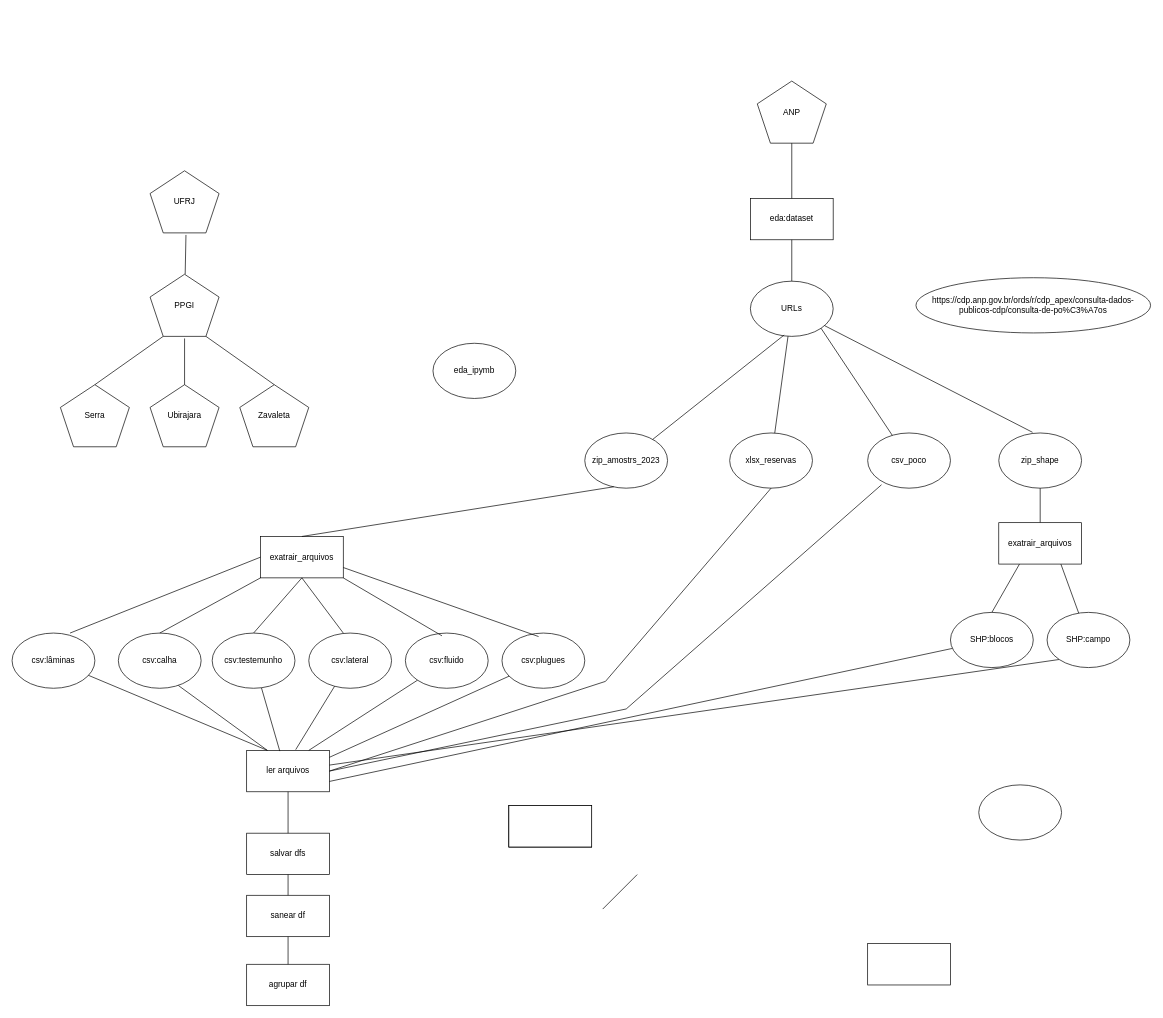
The draw.io diagram eda.drawio in ubirajara-s/eda, before the edit. Source tidied: cells renumbered, new cells numbered last; positions are measured from the earlier drawing's top-left corner, leaving out a move shared by most shapes. Both pictures are drawn from the tidied source at 69%, with x=0, y=0 at pixel (12, 81).
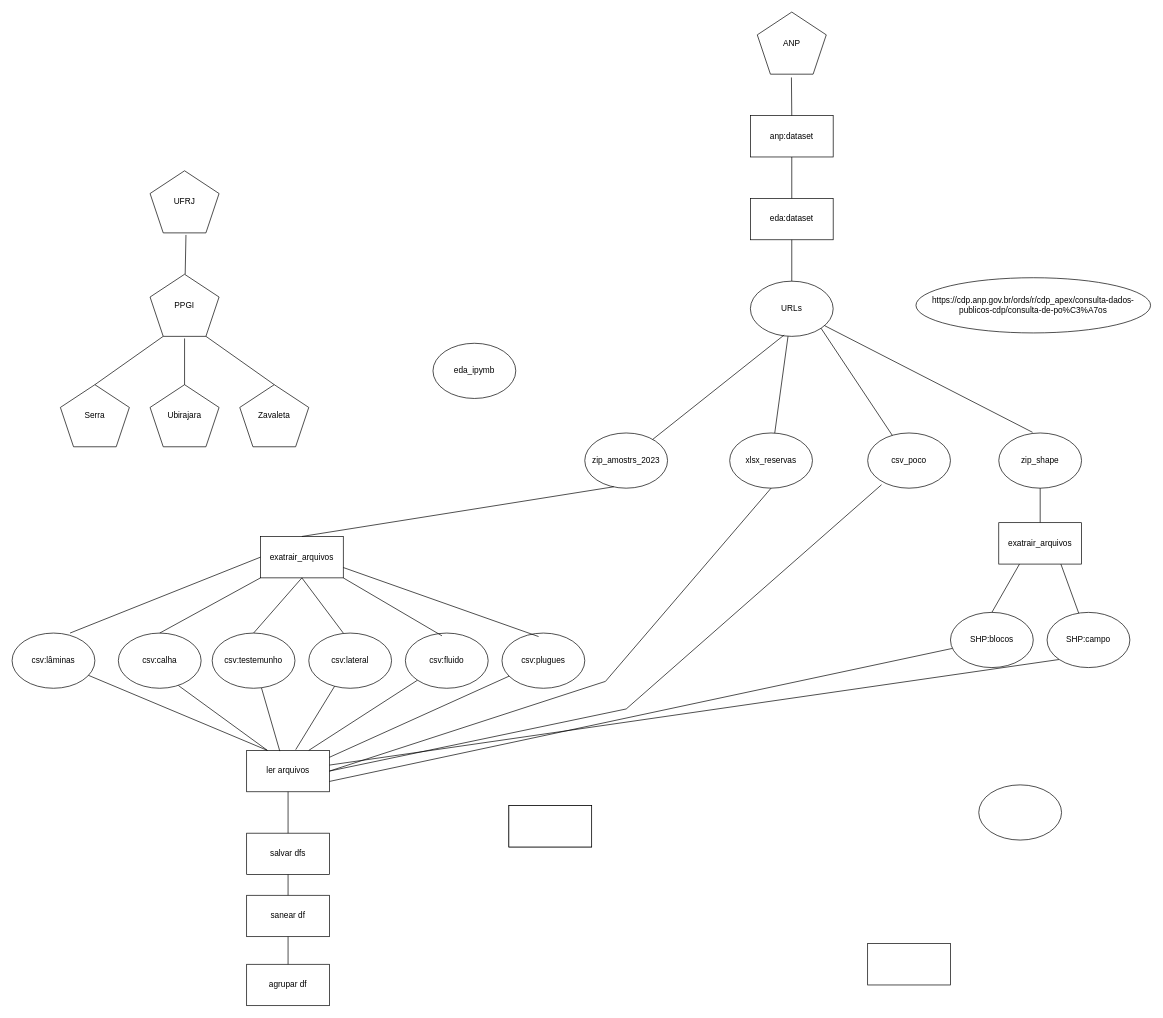
After the change.

Commit message (it also covers changes not shown here):
atualizando arquivos ipyn e draw.io

The change refers to these unchanged cells:
```xml
<mxCell id="2" value="eda:dataset" style="rounded=0;whiteSpace=wrap;html=1;" parent="1" vertex="1">
  <mxGeometry x="1070" y="170" width="120" height="60" as="geometry" />
</mxCell>
```

Change to the diagram source:
```diff
@@
     <mxCell id="14" value="ANP" style="whiteSpace=wrap;html=1;shape=mxgraph.basic.pentagon;" parent="1" vertex="1">
-      <mxGeometry x="1080" width="100" height="90" as="geometry" />
+      <mxGeometry x="1080" y="-100" width="100" height="90" as="geometry" />
     </mxCell>
-    <mxCell id="15" style="endArrow=none;html=1;rounded=0;entryX=0.5;entryY=1;entryDx=0;entryDy=0;entryPerimeter=0;" parent="1" edge="1" source="2" target="14">
+    <mxCell id="15" style="endArrow=none;html=1;rounded=0;" parent="1" edge="1" source="2" target="45">
       <mxGeometry relative="1" as="geometry" />
     </mxCell>
@@
-    <mxCell id="45" style="rounded=0;whiteSpace=wrap;html=1;" parent="1" vertex="1">
-      <mxGeometry x="720" y="1050" width="120" height="60" as="geometry" />
+    <mxCell id="45" value="anp:dataset" style="rounded=0;whiteSpace=wrap;html=1;" parent="1" vertex="1">
+      <mxGeometry x="1070" y="50" width="120" height="60" as="geometry" />
     </mxCell>
@@
-    <mxCell id="48" style="endArrow=none;html=1;rounded=0;" parent="1" edge="1">
-      <mxGeometry relative="1" as="geometry">
-        <mxPoint x="856" y="1200" as="sourcePoint" />
-        <mxPoint x="906" y="1150" as="targetPoint" />
-      </mxGeometry>
+    <mxCell id="48" style="endArrow=none;html=1;rounded=0;entryX=0.495;entryY=1.053;entryDx=0;entryDy=0;entryPerimeter=0;exitX=0.5;exitY=0;exitDx=0;exitDy=0;" parent="1" edge="1" source="45" target="14">
+      <mxGeometry relative="1" as="geometry" />
     </mxCell>
```
